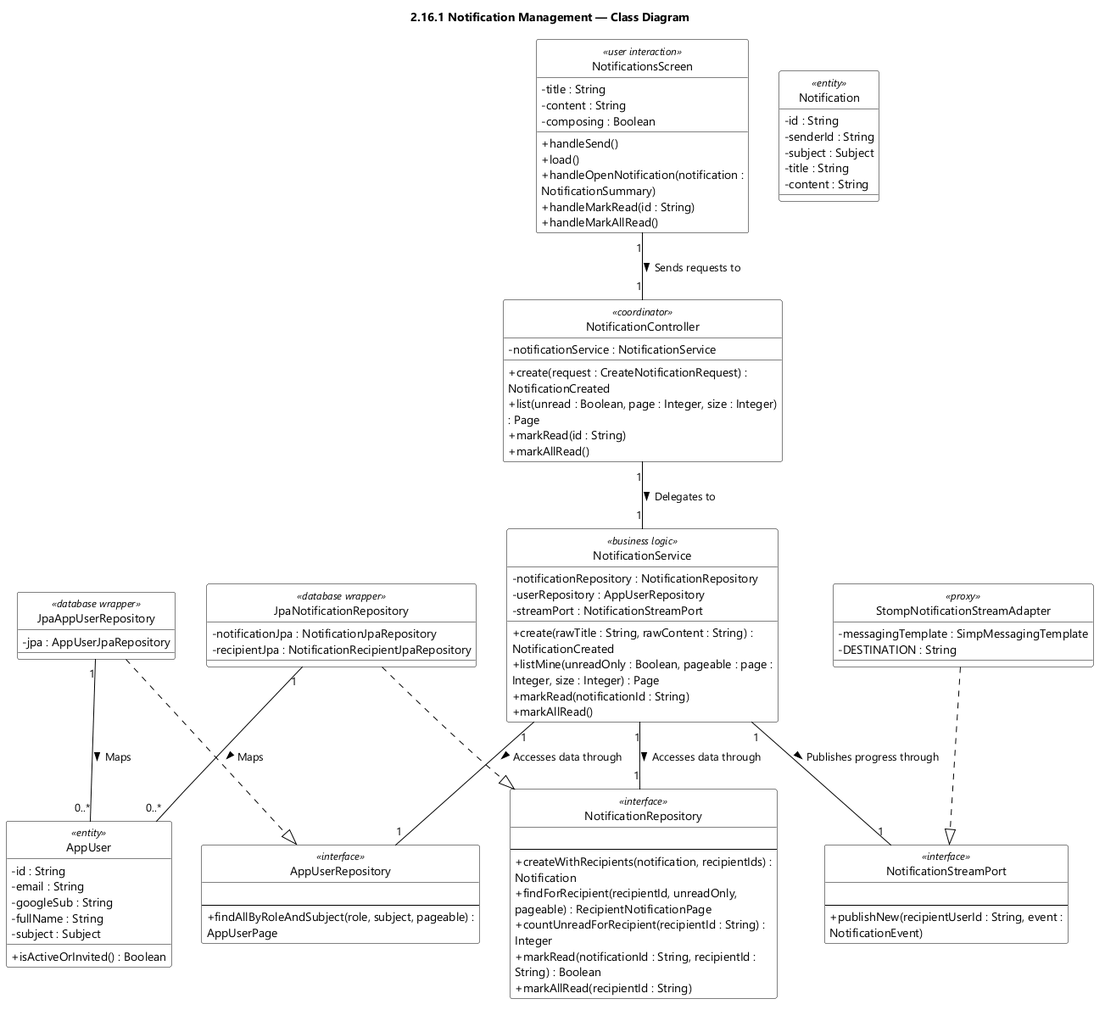
Above: designs/sds-diagrams/feat16/feat16-class-diagram.png in EduA-system/EduA-system (PlantUML), before the change. Its diagram source:
```plantuml
@startuml feat16 Notification Management - Class Diagram
skinparamlocked dpi 96
skinparam defaultFontName "Segoe UI"
skinparam shadowing false
skinparam wrapWidth 320
skinparam classBackgroundColor #FFFFFF
skinparam classBorderColor #000000
skinparam ArrowColor #000000
skinparam classAttributeIconSize 0
hide circle
title 2.16.1 Notification Management — Class Diagram
class NotificationsScreen <<user interaction>> {
  - title : String
  - content : String
  - composing : Boolean
  + handleSend()
  + load()
  + handleOpenNotification(notification : NotificationSummary)
  + handleMarkRead(id : String)
  + handleMarkAllRead()
}

class NotificationController <<coordinator>> {
  - notificationService : NotificationService
  + create(request : CreateNotificationRequest) : NotificationCreated
  + list(unread : Boolean, page : Integer, size : Integer) : Page
  + markRead(id : String)
  + markAllRead()
}

class NotificationService <<business logic>> {
  - notificationRepository : NotificationRepository
  - userRepository : AppUserRepository
  - streamPort : NotificationStreamPort
  + create(rawTitle : String, rawContent : String) : NotificationCreated
  + listMine(unreadOnly : Boolean, pageable : page : Integer, size : Integer) : Page
  + markRead(notificationId : String)
  + markAllRead()
}

class AppUserRepository <<interface>> {
  {field}
  --
  + findAllByRoleAndSubject(role, subject, pageable) : AppUserPage
}

class NotificationRepository <<interface>> {
  {field}
  --
  + createWithRecipients(notification, recipientIds) : Notification
  + findForRecipient(recipientId, unreadOnly, pageable) : RecipientNotificationPage
  + countUnreadForRecipient(recipientId : String) : Integer
  + markRead(notificationId : String, recipientId : String) : Boolean
  + markAllRead(recipientId : String)
}

class NotificationStreamPort <<interface>> {
  {field}
  --
  + publishNew(recipientUserId : String, event : NotificationEvent)
}

class JpaAppUserRepository <<database wrapper>> {
  - jpa : AppUserJpaRepository
}

class JpaNotificationRepository <<database wrapper>> {
  - notificationJpa : NotificationJpaRepository
  - recipientJpa : NotificationRecipientJpaRepository
}

class StompNotificationStreamAdapter <<proxy>> {
  - messagingTemplate : SimpMessagingTemplate
  - DESTINATION : String
}

class AppUser <<entity>> {
  - id : String
  - email : String
  - googleSub : String
  - fullName : String
  - subject : Subject
  + isActiveOrInvited() : Boolean
}

class Notification <<entity>> {
  - id : String
  - senderId : String
  - subject : Subject
  - title : String
  - content : String
}

NotificationController "1" -- "1" NotificationService : Delegates to >
NotificationService "1" -- "1" NotificationRepository : Accesses data through >
NotificationService "1" -- "1" AppUserRepository : Accesses data through >
NotificationService "1" -- "1" NotificationStreamPort : Publishes progress through >
NotificationsScreen "1" -- "1" NotificationController : Sends requests to >
JpaAppUserRepository ..|> AppUserRepository
JpaNotificationRepository ..|> NotificationRepository
StompNotificationStreamAdapter ..|> NotificationStreamPort
JpaAppUserRepository "1" -- "0..*" AppUser : Maps >
JpaNotificationRepository "1" -- "0..*" AppUser : Maps >

@enduml
```
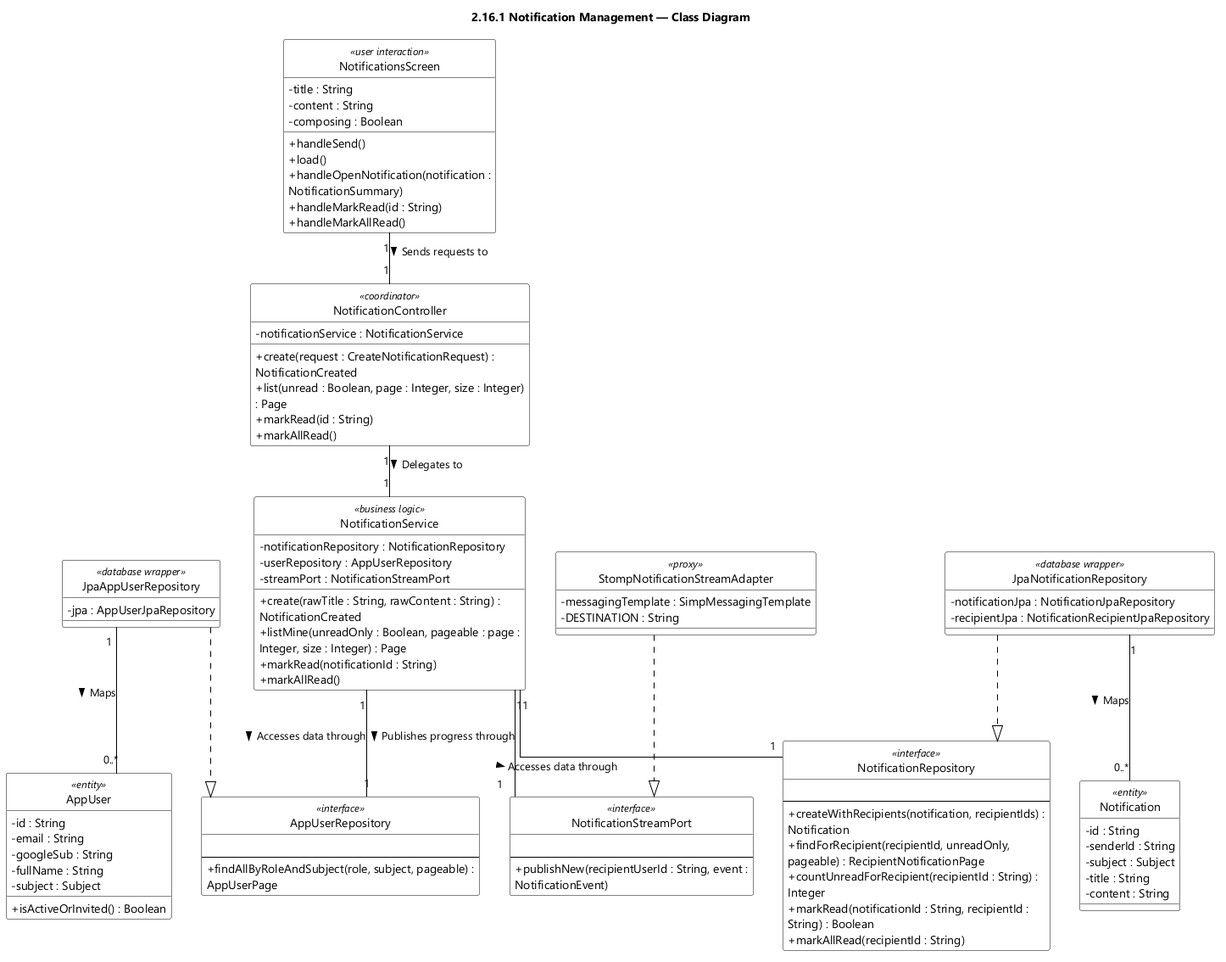
After the change.

Diff of the diagram source:
```diff
@@ -7,6 +7,7 @@
 skinparam classBorderColor #000000
 skinparam ArrowColor #000000
 skinparam classAttributeIconSize 0
+skinparam linetype ortho
 hide circle
 title 2.16.1 Notification Management — Class Diagram
 class NotificationsScreen <<user interaction>> {
@@ -100,6 +101,6 @@
 JpaNotificationRepository ..|> NotificationRepository
 StompNotificationStreamAdapter ..|> NotificationStreamPort
 JpaAppUserRepository "1" -- "0..*" AppUser : Maps >
-JpaNotificationRepository "1" -- "0..*" AppUser : Maps >
+JpaNotificationRepository "1" -- "0..*" Notification : Maps >
 
 @enduml
```
